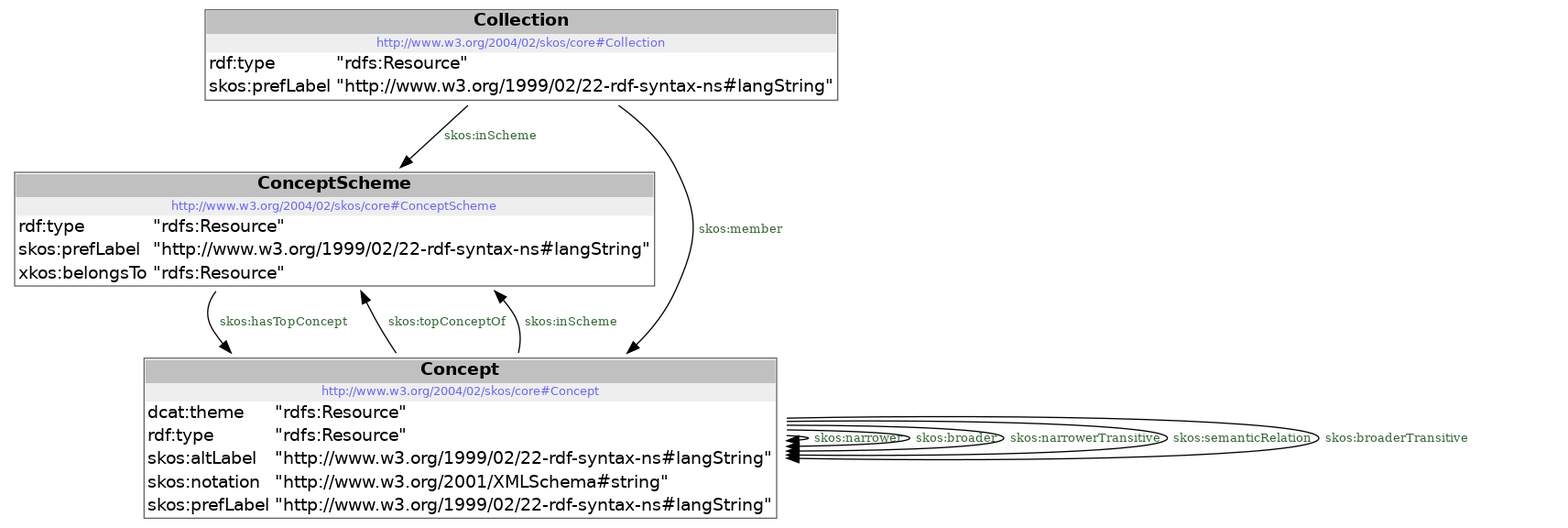
milieuinfo/codelijst-emissie keeps this Graphviz diagram as src/documentation/model.png. Above is the earlier version. Its source is kept beside it as src/documentation/model.dot.
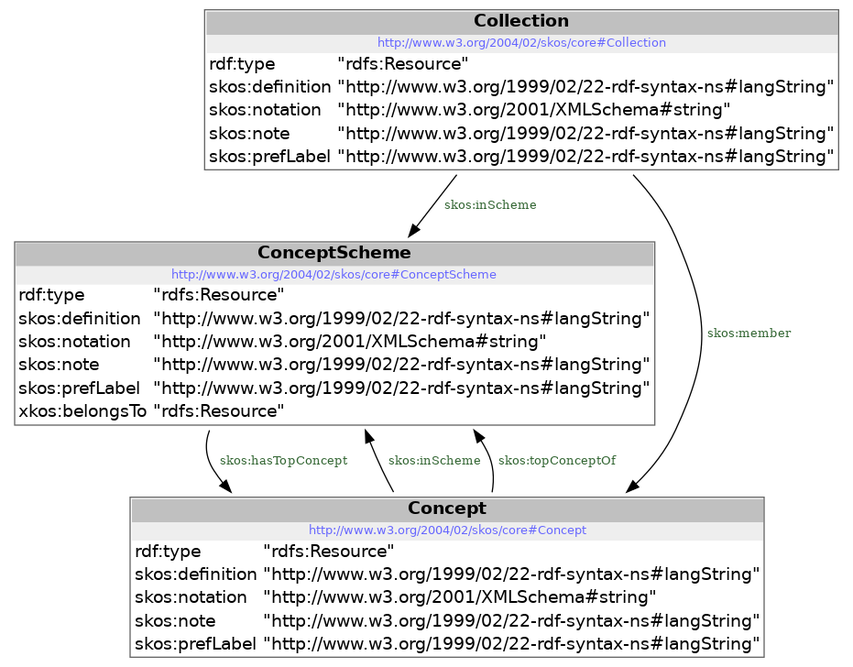
Above is the later version.

What changed in the source:
```diff
@@ -1,16 +1,11 @@
 digraph {
  node [ fontname="DejaVu Sans" ] ;
-	node0 -> node0 [ color=BLACK, label=< <font point-size='10' color='#336633'>skos:semanticRelation</font> > ] ;
-	node0 -> node0 [ color=BLACK, label=< <font point-size='10' color='#336633'>skos:narrowerTransitive</font> > ] ;
-	node0 -> node1 [ color=BLACK, label=< <font point-size='10' color='#336633'>skos:topConceptOf</font> > ] ;
-	node0 -> node0 [ color=BLACK, label=< <font point-size='10' color='#336633'>skos:broaderTransitive</font> > ] ;
-	node0 -> node1 [ color=BLACK, label=< <font point-size='10' color='#336633'>skos:inScheme</font> > ] ;
-	node2 -> node0 [ color=BLACK, label=< <font point-size='10' color='#336633'>skos:member</font> > ] ;
-	node2 -> node1 [ color=BLACK, label=< <font point-size='10' color='#336633'>skos:inScheme</font> > ] ;
-	node1 -> node0 [ color=BLACK, label=< <font point-size='10' color='#336633'>skos:hasTopConcept</font> > ] ;
-	node0 -> node0 [ color=BLACK, label=< <font point-size='10' color='#336633'>skos:narrower</font> > ] ;
-	node0 -> node0 [ color=BLACK, label=< <font point-size='10' color='#336633'>skos:broader</font> > ] ;
-node0 [ shape=none, color=black label=< <table color='#666666' cellborder='0' cellspacing='0' border='1'><tr><td colspan='2' bgcolor='grey'><B>Concept</B></td></tr><tr><td href='http://www.w3.org/2004/02/skos/core#Concept' bgcolor='#eeeeee' colspan='2'><font point-size='10' color='#6666ff'>http://www.w3.org/2004/02/skos/core#Concept</font></td></tr><tr><td align='left'>dcat:theme</td><td align='left'>&quot;rdfs:Resource&quot;</td></tr><tr><td align='left'>rdf:type</td><td align='left'>&quot;rdfs:Resource&quot;</td></tr><tr><td align='left'>skos:altLabel</td><td align='left'>&quot;http://www.w3.org/1999/02/22-rdf-syntax-ns#langString&quot;</td></tr><tr><td align='left'>skos:notation</td><td align='left'>&quot;http://www.w3.org/2001/XMLSchema#string&quot;</td></tr><tr><td align='left'>skos:prefLabel</td><td align='left'>&quot;http://www.w3.org/1999/02/22-rdf-syntax-ns#langString&quot;</td></tr></table> > ]
-node1 [ shape=none, color=black label=< <table color='#666666' cellborder='0' cellspacing='0' border='1'><tr><td colspan='2' bgcolor='grey'><B>ConceptScheme</B></td></tr><tr><td href='http://www.w3.org/2004/02/skos/core#ConceptScheme' bgcolor='#eeeeee' colspan='2'><font point-size='10' color='#6666ff'>http://www.w3.org/2004/02/skos/core#ConceptScheme</font></td></tr><tr><td align='left'>rdf:type</td><td align='left'>&quot;rdfs:Resource&quot;</td></tr><tr><td align='left'>skos:prefLabel</td><td align='left'>&quot;http://www.w3.org/1999/02/22-rdf-syntax-ns#langString&quot;</td></tr><tr><td align='left'>xkos:belongsTo</td><td align='left'>&quot;rdfs:Resource&quot;</td></tr></table> > ]
-node2 [ shape=none, color=black label=< <table color='#666666' cellborder='0' cellspacing='0' border='1'><tr><td colspan='2' bgcolor='grey'><B>Collection</B></td></tr><tr><td href='http://www.w3.org/2004/02/skos/core#Collection' bgcolor='#eeeeee' colspan='2'><font point-size='10' color='#6666ff'>http://www.w3.org/2004/02/skos/core#Collection</font></td></tr><tr><td align='left'>rdf:type</td><td align='left'>&quot;rdfs:Resource&quot;</td></tr><tr><td align='left'>skos:prefLabel</td><td align='left'>&quot;http://www.w3.org/1999/02/22-rdf-syntax-ns#langString&quot;</td></tr></table> > ]
+	node0 -> node1 [ color=BLACK, label=< <font point-size='10' color='#336633'>skos:member</font> > ] ;
+	node1 -> node2 [ color=BLACK, label=< <font point-size='10' color='#336633'>skos:inScheme</font> > ] ;
+	node0 -> node2 [ color=BLACK, label=< <font point-size='10' color='#336633'>skos:inScheme</font> > ] ;
+	node1 -> node2 [ color=BLACK, label=< <font point-size='10' color='#336633'>skos:topConceptOf</font> > ] ;
+	node2 -> node1 [ color=BLACK, label=< <font point-size='10' color='#336633'>skos:hasTopConcept</font> > ] ;
+node0 [ shape=none, color=black label=< <table color='#666666' cellborder='0' cellspacing='0' border='1'><tr><td colspan='2' bgcolor='grey'><B>Collection</B></td></tr><tr><td href='http://www.w3.org/2004/02/skos/core#Collection' bgcolor='#eeeeee' colspan='2'><font point-size='10' color='#6666ff'>http://www.w3.org/2004/02/skos/core#Collection</font></td></tr><tr><td align='left'>rdf:type</td><td align='left'>&quot;rdfs:Resource&quot;</td></tr><tr><td align='left'>skos:definition</td><td align='left'>&quot;http://www.w3.org/1999/02/22-rdf-syntax-ns#langString&quot;</td></tr><tr><td align='left'>skos:notation</td><td align='left'>&quot;http://www.w3.org/2001/XMLSchema#string&quot;</td></tr><tr><td align='left'>skos:note</td><td align='left'>&quot;http://www.w3.org/1999/02/22-rdf-syntax-ns#langString&quot;</td></tr><tr><td align='left'>skos:prefLabel</td><td align='left'>&quot;http://www.w3.org/1999/02/22-rdf-syntax-ns#langString&quot;</td></tr></table> > ]
+node1 [ shape=none, color=black label=< <table color='#666666' cellborder='0' cellspacing='0' border='1'><tr><td colspan='2' bgcolor='grey'><B>Concept</B></td></tr><tr><td href='http://www.w3.org/2004/02/skos/core#Concept' bgcolor='#eeeeee' colspan='2'><font point-size='10' color='#6666ff'>http://www.w3.org/2004/02/skos/core#Concept</font></td></tr><tr><td align='left'>rdf:type</td><td align='left'>&quot;rdfs:Resource&quot;</td></tr><tr><td align='left'>skos:definition</td><td align='left'>&quot;http://www.w3.org/1999/02/22-rdf-syntax-ns#langString&quot;</td></tr><tr><td align='left'>skos:notation</td><td align='left'>&quot;http://www.w3.org/2001/XMLSchema#string&quot;</td></tr><tr><td align='left'>skos:note</td><td align='left'>&quot;http://www.w3.org/1999/02/22-rdf-syntax-ns#langString&quot;</td></tr><tr><td align='left'>skos:prefLabel</td><td align='left'>&quot;http://www.w3.org/1999/02/22-rdf-syntax-ns#langString&quot;</td></tr></table> > ]
+node2 [ shape=none, color=black label=< <table color='#666666' cellborder='0' cellspacing='0' border='1'><tr><td colspan='2' bgcolor='grey'><B>ConceptScheme</B></td></tr><tr><td href='http://www.w3.org/2004/02/skos/core#ConceptScheme' bgcolor='#eeeeee' colspan='2'><font point-size='10' color='#6666ff'>http://www.w3.org/2004/02/skos/core#ConceptScheme</font></td></tr><tr><td align='left'>rdf:type</td><td align='left'>&quot;rdfs:Resource&quot;</td></tr><tr><td align='left'>skos:definition</td><td align='left'>&quot;http://www.w3.org/1999/02/22-rdf-syntax-ns#langString&quot;</td></tr><tr><td align='left'>skos:notation</td><td align='left'>&quot;http://www.w3.org/2001/XMLSchema#string&quot;</td></tr><tr><td align='left'>skos:note</td><td align='left'>&quot;http://www.w3.org/1999/02/22-rdf-syntax-ns#langString&quot;</td></tr><tr><td align='left'>skos:prefLabel</td><td align='left'>&quot;http://www.w3.org/1999/02/22-rdf-syntax-ns#langString&quot;</td></tr><tr><td align='left'>xkos:belongsTo</td><td align='left'>&quot;rdfs:Resource&quot;</td></tr></table> > ]
 }
```
